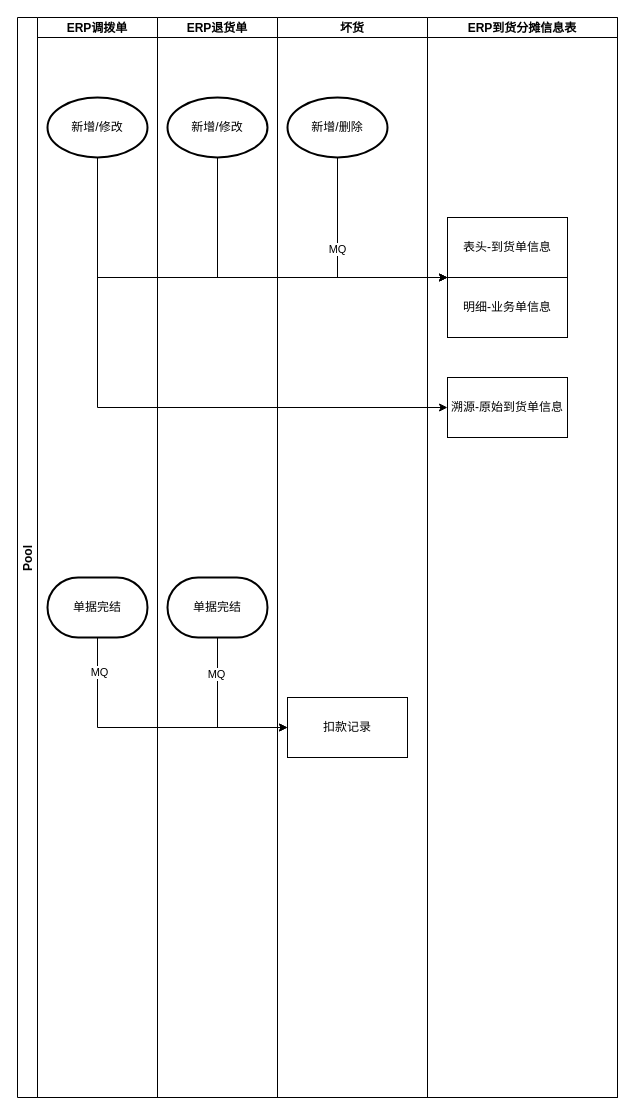
Above: 退货坏货调拨控制到货数量.drawio in fengj1202/draw (draw.io), before the change. Source tidied: cells renumbered, new cells numbered last; positions are measured from the earlier drawing's top-left corner, leaving out a move shared by most shapes. Both pictures are drawn from the tidied source at 100%, with x=0, y=0 at pixel (17, 17).
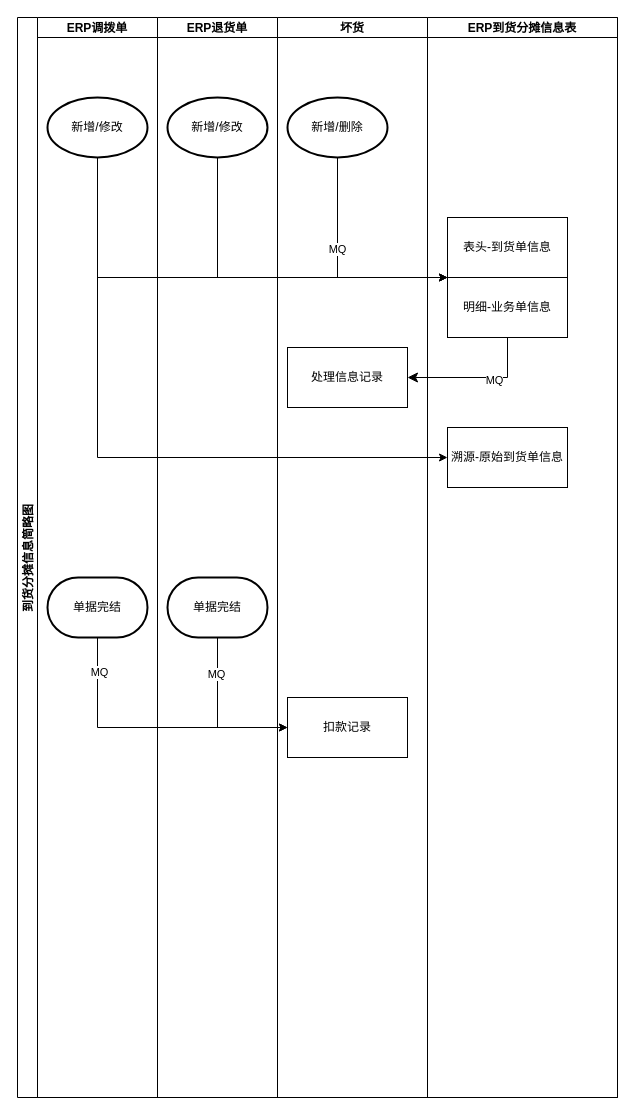
The same diagram, later.

Commit message (it also covers changes not shown here):
更新退货坏货调拨控制到货数量.drawio

The change refers to these unchanged cells:
```xml
<mxCell id="9" value="坏货" style="swimlane;startSize=20;" parent="2" vertex="1">
  <mxGeometry x="260" width="150" height="1080" as="geometry" />
</mxCell>
<mxCell id="12" value="ERP到货分摊信息表" style="swimlane;startSize=20;" parent="2" vertex="1">
  <mxGeometry x="410" width="190" height="1080" as="geometry" />
</mxCell>
<mxCell id="14" value="明细-业务单信息" style="whiteSpace=wrap;html=1;align=center;newEdgeStyle={&quot;edgeStyle&quot;:&quot;elbowEdgeStyle&quot;,&quot;startArrow&quot;:&quot;none&quot;,&quot;endArrow&quot;:&quot;none&quot;};" parent="12" vertex="1">
  <mxGeometry x="20" y="260" width="120" height="60" as="geometry" />
</mxCell>
```

Change to the diagram source:
```diff
@@
-    <mxCell id="2" value="Pool" style="swimlane;startSize=20;horizontal=0;" parent="1" vertex="1">
+    <mxCell id="2" value="到货分摊信息简略图" style="swimlane;startSize=20;horizontal=0;" parent="1" vertex="1">
       <mxGeometry width="600" height="1080" as="geometry" />
     </mxCell>
@@
+    <mxCell id="25" value="处理信息记录" style="whiteSpace=wrap;html=1;align=center;newEdgeStyle={&quot;edgeStyle&quot;:&quot;elbowEdgeStyle&quot;,&quot;startArrow&quot;:&quot;none&quot;,&quot;endArrow&quot;:&quot;none&quot;};" parent="9" vertex="1">
+      <mxGeometry x="10" y="330" width="120" height="60" as="geometry" />
+    </mxCell>
@@
     <mxCell id="15" value="溯源-原始到货单信息" style="whiteSpace=wrap;html=1;align=center;newEdgeStyle={&quot;edgeStyle&quot;:&quot;elbowEdgeStyle&quot;,&quot;startArrow&quot;:&quot;none&quot;,&quot;endArrow&quot;:&quot;none&quot;};" parent="12" vertex="1">
-      <mxGeometry x="20" y="360" width="120" height="60" as="geometry" />
+      <mxGeometry x="20" y="410" width="120" height="60" as="geometry" />
     </mxCell>
@@
+    <mxCell id="26" style="edgeStyle=segmentEdgeStyle;endArrow=classic;html=1;curved=0;rounded=0;endSize=8;startSize=8;exitX=0.5;exitY=1;exitDx=0;exitDy=0;" parent="2" edge="1" source="14">
+      <mxGeometry relative="1" as="geometry">
+        <mxPoint x="390" y="360" as="targetPoint" />
+        <Array as="points">
+          <mxPoint x="490" y="360" />
+        </Array>
+      </mxGeometry>
+    </mxCell>
+    <mxCell id="27" value="MQ" style="edgeLabel;html=1;align=center;verticalAlign=middle;" parent="26" vertex="1">
+      <mxGeometry x="-0.23" y="2" relative="1" as="geometry" />
+    </mxCell>
```
